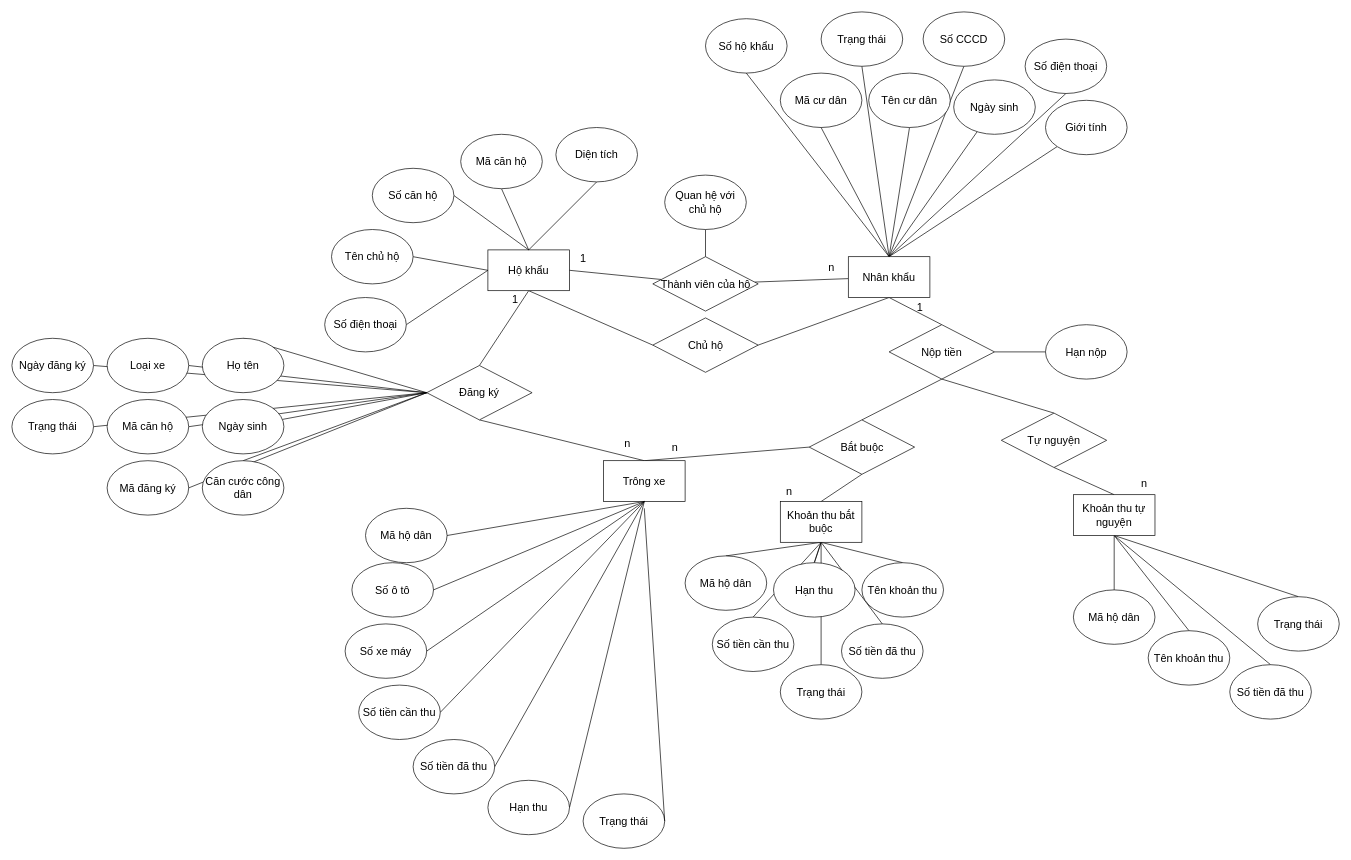
The draw.io diagram ERD.drawio in HARKINGS/UML, before the edit. Source tidied: cells renumbered, new cells numbered last; positions are measured from the earlier drawing's top-left corner, leaving out a move shared by most shapes. Both pictures are drawn from the tidied source at 68%, with x=0, y=0 at pixel (12, 12).
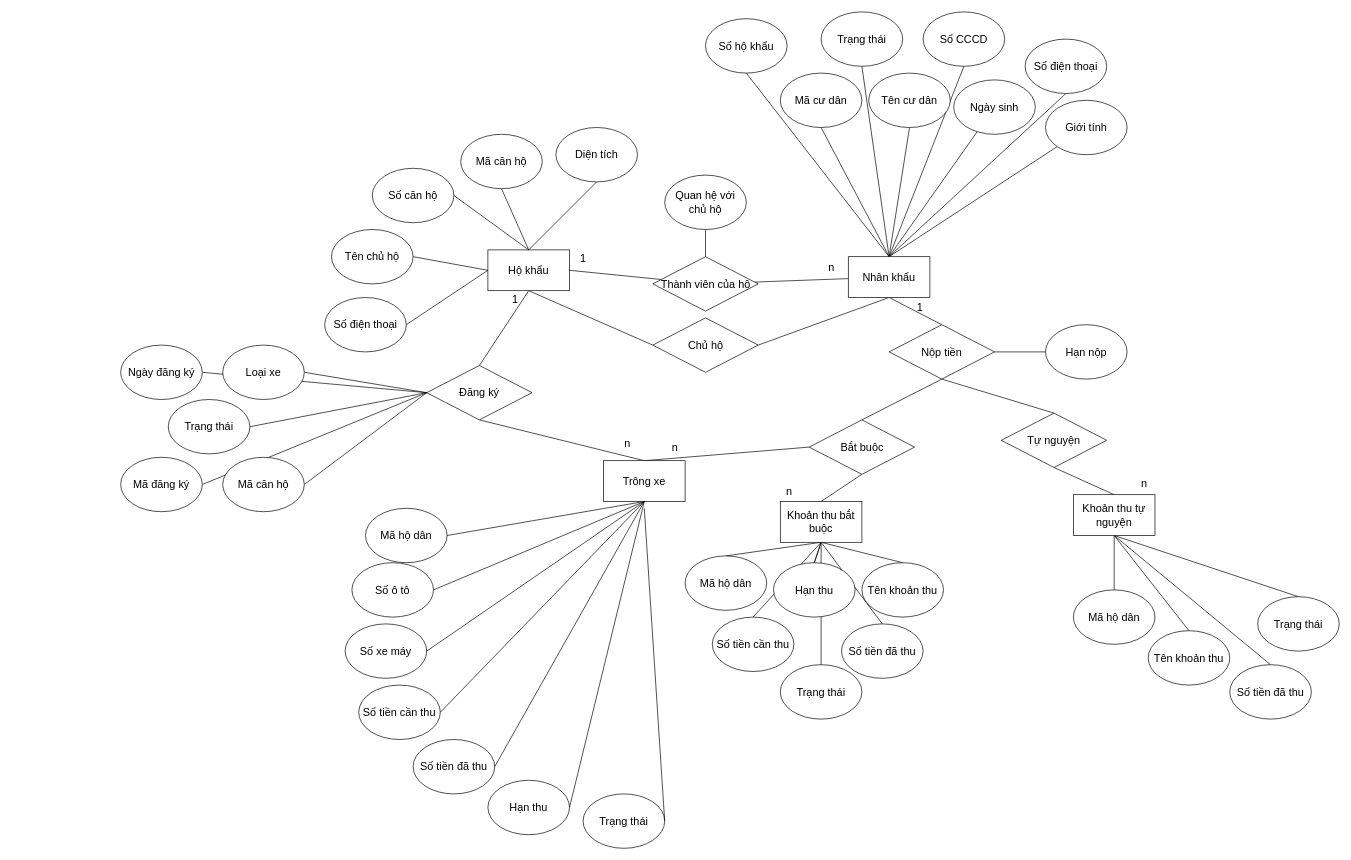
Above is the later version.

Commit message:
Cập nhật ERD.drawio

Unchanged cells that the change refers to:
```xml
<mxCell id="46" value="Đăng ký" style="rhombus;whiteSpace=wrap;html=1;fontSize=16;" parent="1" vertex="1">
  <mxGeometry x="610" y="520" width="155" height="80" as="geometry" />
</mxCell>
```

The edit, as a diff of the source:
```diff
@@
-    <mxCell id="38" style="rounded=0;jettySize=auto;html=1;exitX=0;exitY=0.5;exitDx=0;exitDy=0;entryX=0.5;entryY=0;entryDx=0;entryDy=0;endArrow=none;endFill=0;fontSize=16;" parent="1" edge="1" source="46" target="111">
-      <mxGeometry relative="1" as="geometry" />
-    </mxCell>
-    <mxCell id="39" style="rounded=0;jettySize=auto;html=1;exitX=0;exitY=0.5;exitDx=0;exitDy=0;endArrow=none;endFill=0;fontSize=16;" parent="1" edge="1" source="46" target="112">
-      <mxGeometry relative="1" as="geometry" />
-    </mxCell>
-    <mxCell id="40" style="rounded=0;jettySize=auto;html=1;exitX=0;exitY=0.5;exitDx=0;exitDy=0;entryX=0.5;entryY=0;entryDx=0;entryDy=0;endArrow=none;endFill=0;fontSize=16;" parent="1" edge="1" source="46" target="113">
-      <mxGeometry relative="1" as="geometry" />
-    </mxCell>
@@
-    <mxCell id="111" value="Họ tên" style="ellipse;whiteSpace=wrap;html=1;fontSize=16;" parent="1" vertex="1">
-      <mxGeometry x="280" y="480" width="120" height="80" as="geometry" />
-    </mxCell>
-    <mxCell id="112" value="Ngày sinh" style="ellipse;whiteSpace=wrap;html=1;fontSize=16;" parent="1" vertex="1">
-      <mxGeometry x="280" y="570" width="120" height="80" as="geometry" />
-    </mxCell>
-    <mxCell id="113" value="Căn cước công dân" style="ellipse;whiteSpace=wrap;html=1;fontSize=16;" parent="1" vertex="1">
-      <mxGeometry x="280" y="660" width="120" height="80" as="geometry" />
-    </mxCell>
     <mxCell id="114" value="Mã đăng ký" style="ellipse;whiteSpace=wrap;html=1;fontSize=16;" parent="1" vertex="1">
-      <mxGeometry x="140" y="660" width="120" height="80" as="geometry" />
+      <mxGeometry x="160" y="655" width="120" height="80" as="geometry" />
     </mxCell>
     <mxCell id="115" value="Mã căn hộ" style="ellipse;whiteSpace=wrap;html=1;fontSize=16;" parent="1" vertex="1">
-      <mxGeometry x="140" y="570" width="120" height="80" as="geometry" />
+      <mxGeometry x="310" y="655" width="120" height="80" as="geometry" />
     </mxCell>
     <mxCell id="116" value="Loại xe" style="ellipse;whiteSpace=wrap;html=1;fontSize=16;" parent="1" vertex="1">
-      <mxGeometry x="140" y="480" width="120" height="80" as="geometry" />
+      <mxGeometry x="310" y="490" width="120" height="80" as="geometry" />
     </mxCell>
     <mxCell id="117" value="Ngày đăng ký" style="ellipse;whiteSpace=wrap;html=1;fontSize=16;" parent="1" vertex="1">
-      <mxGeometry y="480" width="120" height="80" as="geometry" />
+      <mxGeometry x="160" y="490" width="120" height="80" as="geometry" />
     </mxCell>
     <mxCell id="118" value="Trạng thái" style="ellipse;whiteSpace=wrap;html=1;fontSize=16;" parent="1" vertex="1">
-      <mxGeometry y="570" width="120" height="80" as="geometry" />
+      <mxGeometry x="230" y="570" width="120" height="80" as="geometry" />
     </mxCell>
```
